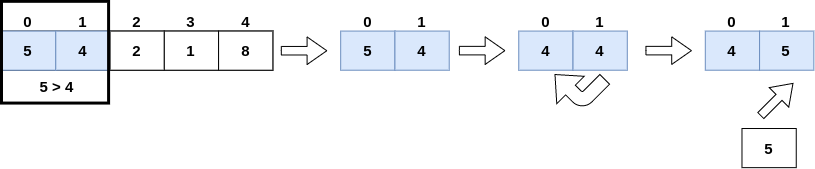
The draw.io diagram assets/bubble-sort-example.png in matheussblima/data-structures-and-algorithms, before a commit. Source tidied: cells renumbered, new cells last; positions are measured from the earlier drawing's top-left corner, leaving out a move shared by most shapes.
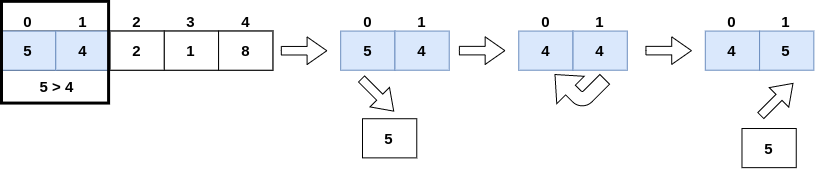
The same file after the commit.

Commit message:
update image bubble-sort

Change to the diagram source:
```diff
@@ -137,5 +137,14 @@
     <mxCell id="46" value="5" style="text;html=1;strokeColor=none;fillColor=none;align=center;verticalAlign=middle;whiteSpace=wrap;rounded=0;fontStyle=1;fontSize=15;" parent="2" vertex="1">
       <mxGeometry x="763.5" y="29.4" width="43.4" height="19.6" as="geometry" />
     </mxCell>
+    <mxCell id="47" style="html=1;shadow=0;dashed=0;align=center;verticalAlign=middle;shape=mxgraph.arrows2.arrow;dy=0.69;dx=19.73;notch=0;rotation=45;" parent="2" vertex="1">
+      <mxGeometry x="353.4" y="69.8" width="45.5" height="27.6" as="geometry" />
+    </mxCell>
+    <mxCell id="48" style="rounded=0;whiteSpace=wrap;html=1;" parent="2" vertex="1">
+      <mxGeometry x="361" y="107.2" width="54.3" height="39.1" as="geometry" />
+    </mxCell>
+    <mxCell id="49" value="5" style="text;html=1;strokeColor=none;fillColor=none;align=center;verticalAlign=middle;whiteSpace=wrap;rounded=0;fontStyle=1;fontSize=15;" parent="2" vertex="1">
+      <mxGeometry x="366.4" y="117" width="43.4" height="19.6" as="geometry" />
+    </mxCell>
   </root>
 </mxGraphModel>
```
